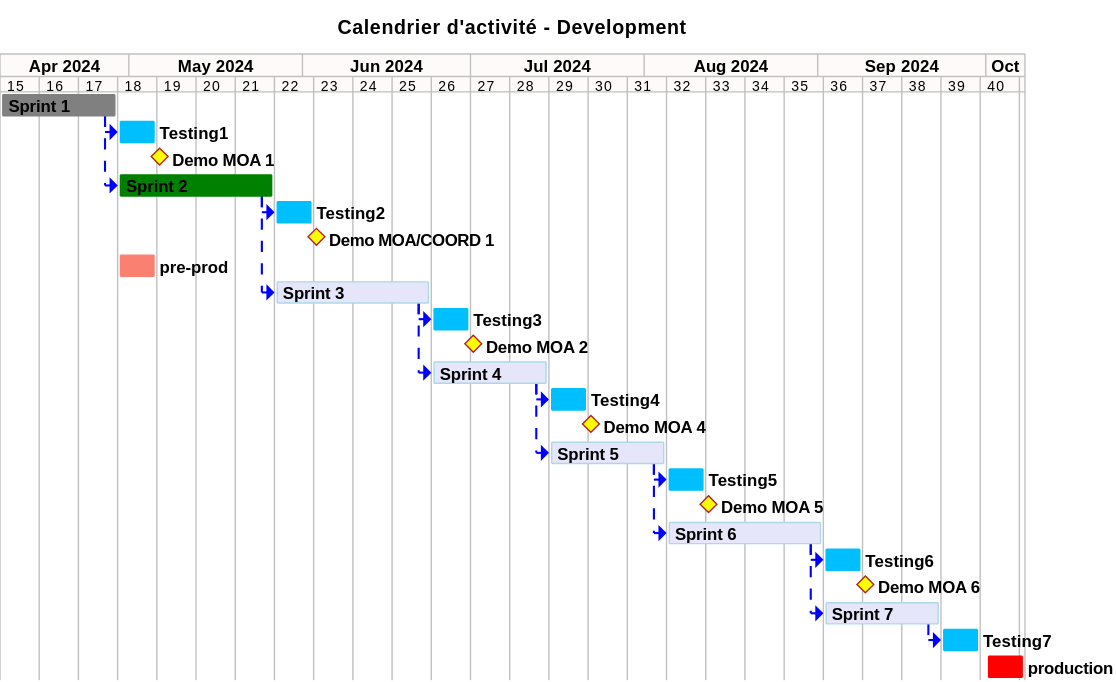
sumaris-net/sumaris-doc keeps this PlantUML diagram as projects/activity-calendar/not/images/refonte-activity-calendar-planning-sprints.svg. Above is the earlier version. Its source is kept beside it as projects/activity-calendar/not/images/refonte-activity-calendar-planning-sprints.puml. Source of this version:
```plantuml
@startgantt
hide footbox

<style>
ganttDiagram {
    unstartedTask {
        FontName Helvetica
        FontColor Black
        FontSize 12
        FontStyle bold
        BackGroundColor DeepSkyBlue
        LineColor DeepSkyBlue
    }
    task {
        FontName Helvetica
        FontColor Black
        FontSize 12
        FontStyle bold
        BackGroundColor DeepSkyBlue
        LineColor DeepSkyBlue
    }
    milestone {
        FontColor black
        FontSize 12
        FontStyle bold
        BackGroundColor yellow
        LineColor FireBrick
    }
    note {
        FontColor DarkGreen
        FontSize 10
        LineColor OrangeRed
    }
    arrow {
        FontName Helvetica
        FontColor red
        FontSize 18
        FontStyle bold
        BackGroundColor GreenYellow
        LineColor blue
        LineStyle 8.0;13.0
        LineThickness 3.0
    }
    separator {
        BackgroundColor OliveDrab
        LineStyle 8.0;3.0
        LineColor Gray
        LineThickness 1.0
        FontSize 16
        FontStyle bold
        FontColor White
        Margin 5
        Padding 6
    }
    timeline {
        BackgroundColor Snow
    }
    closed {
        BackgroundColor pink
        FontColor red
    }
}
</style>

printscale weekly
projectscale weekly

title Calendrier d'activité - Development

Project starts the 2024/04/08

[Sprint 1] as [TASK1] requires 3 weeks
[TASK1] is colored in grey

[Testing1] requires 1 week
[TASK1]->[Testing1]
[Demo MOA 1] happens 1 day after [Testing1]'s end

[Sprint 2] as [TASK2] requires 4 weeks
[TASK2] is colored in green
[TASK1]->[TASK2]
[Testing2] requires 1 week
[TASK2]->[Testing2]
[Demo MOA/COORD 1] happens 1 day after [Testing2]'s end

[pre-prod] as [PREPROD] requires 1 week and starts the 29th of April 2024
[PREPROD] is colored in salmon

[Sprint 3] as [TASK3] requires 4 weeks
[TASK3] is colored in Lavender/LightBlue
[TASK2]->[TASK3]
[Testing3] requires 1 week
[TASK3]->[Testing3]
[Demo MOA 2] happens 1 day after [Testing3]'s end

[Sprint 4] as [TASK4] requires 3 weeks
[TASK4] is colored in Lavender/LightBlue
[TASK3]->[TASK4]
[Testing4] requires 1 week
[TASK4]->[Testing4]
[Demo MOA 4] happens 1 day after [Testing4]'s end

[Sprint 5] as [TASK5] requires 3 weeks
[TASK5] is colored in Lavender/LightBlue
[TASK4]->[TASK5]
[Testing5] requires 1 week and starts the 5th of August 2024
[TASK5]->[Testing5]
[Demo MOA 5] happens 1 day after [Testing5]'s end

[Sprint 6] as [TASK6] requires 4 weeks and starts the 5th of August 2024
[TASK6] is colored in Lavender/LightBlue
[TASK5]->[TASK6]
[Testing6] requires 1 week
[TASK6]->[Testing6]
[Demo MOA 6] happens 1 day after [Testing6]'s end

[Sprint 7] as [TASK7] requires 3 weeks and starts the 2th of September 2024
[TASK7] is colored in Lavender/LightBlue
[TASK6]->[TASK7]
[TASK7]->[Testing7]
[Testing7] requires 1 week and starts the 22th of September 2024


[production] as [PROD] requires 1 week and starts the 1th of October 2024
[PROD] is colored in red

@endgantt
```
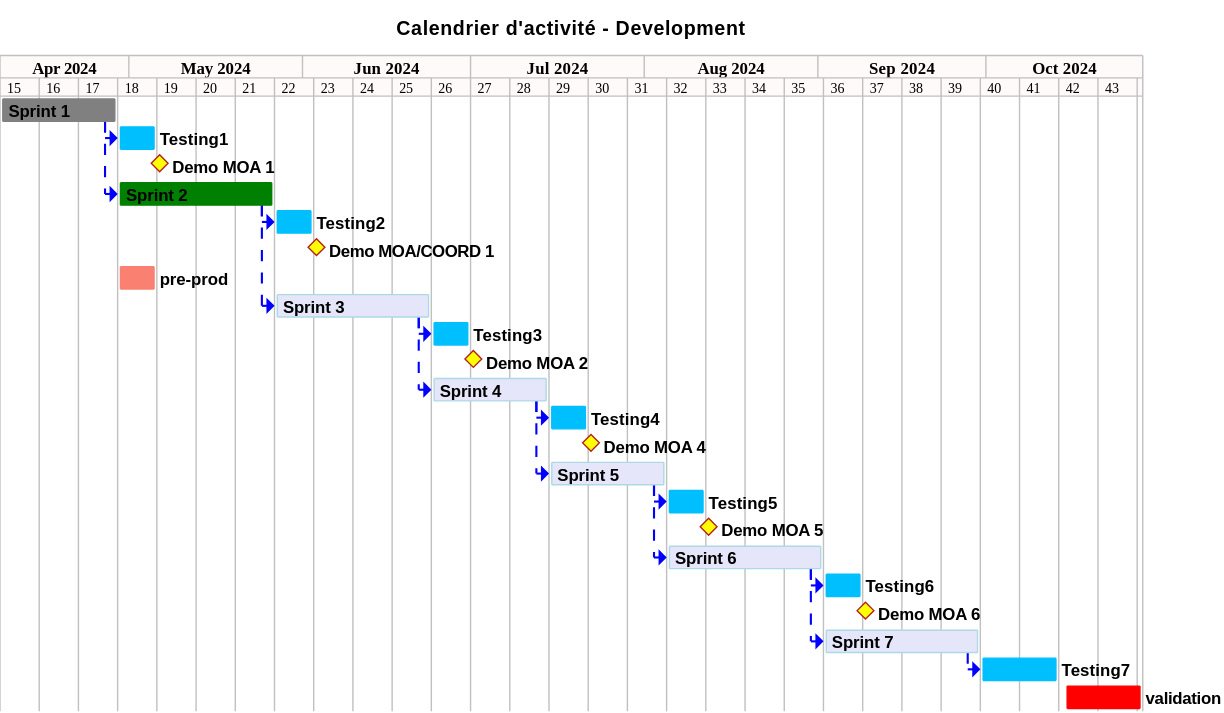
The same diagram one commit later.

The edit, as a diff of the source:
```diff
@@ -114,14 +114,14 @@
 [TASK6]->[Testing6]
 [Demo MOA 6] happens 1 day after [Testing6]'s end
 
-[Sprint 7] as [TASK7] requires 3 weeks and starts the 2th of September 2024
+[Sprint 7] as [TASK7] requires 4 weeks and starts the 2th of September 2024
 [TASK7] is colored in Lavender/LightBlue
 [TASK6]->[TASK7]
 [TASK7]->[Testing7]
-[Testing7] requires 1 week and starts the 22th of September 2024
+[Testing7] requires 2 week and starts the 22th of September 2024
 
 
-[production] as [PROD] requires 1 week and starts the 1th of October 2024
-[PROD] is colored in red
+[validation] as [VAL] requires 2 week and starts the 15th of October 2024
+[VAL] is colored in red
 
 @endgantt
```
